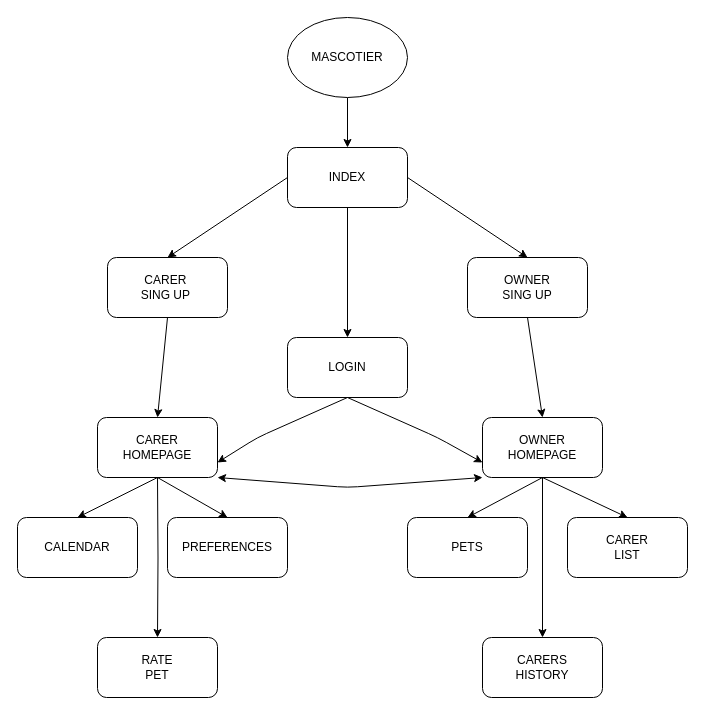
The draw.io diagram Docs/SiteMap/SiteMap.drawio in iagogonzalezborines/MascoTier_Project, before the edit. Source tidied: cells renumbered, new cells numbered last; positions are measured from the earlier drawing's top-left corner, leaving out a move shared by most shapes. Both pictures are drawn from the tidied source at 100%, with x=0, y=0 at pixel (17, 17).
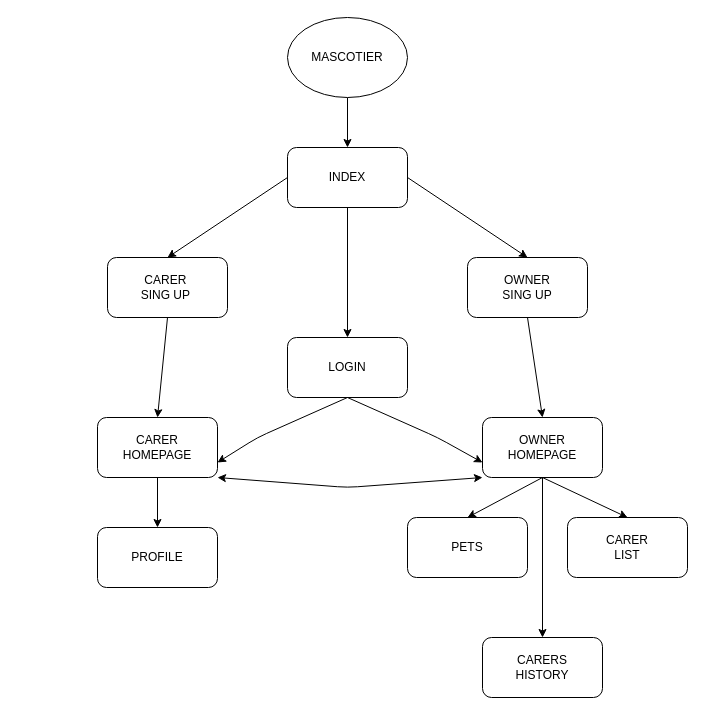
The same diagram, later.

Unchanged cells that the change refers to:
```xml
<mxCell id="19" value="CARER&lt;br&gt;HOMEPAGE" style="rounded=1;whiteSpace=wrap;html=1;" parent="1" vertex="1">
  <mxGeometry x="80" y="400" width="120" height="60" as="geometry" />
</mxCell>
```

What changed in the source:
```diff
@@
-    <mxCell id="18" style="edgeStyle=none;html=1;exitX=0.5;exitY=1;exitDx=0;exitDy=0;entryX=0.5;entryY=0;entryDx=0;entryDy=0;startArrow=none;startFill=0;" parent="1" edge="1" source="19" target="25">
-      <mxGeometry relative="1" as="geometry" />
-    </mxCell>
@@
-    <mxCell id="25" value="CALENDAR" style="rounded=1;whiteSpace=wrap;html=1;" parent="1" vertex="1">
-      <mxGeometry y="500" width="120" height="60" as="geometry" />
-    </mxCell>
-    <mxCell id="26" value="PREFERENCES" style="rounded=1;whiteSpace=wrap;html=1;" parent="1" vertex="1">
-      <mxGeometry x="150" y="500" width="120" height="60" as="geometry" />
+    <mxCell id="26" value="PROFILE" style="rounded=1;whiteSpace=wrap;html=1;" parent="1" vertex="1">
+      <mxGeometry x="80" y="510" width="120" height="60" as="geometry" />
     </mxCell>
@@
-    <mxCell id="28" style="edgeStyle=orthogonalEdgeStyle;rounded=0;jettySize=auto;html=1;" parent="1" edge="1" target="29">
-      <mxGeometry relative="1" as="geometry">
-        <mxPoint x="140" y="460" as="sourcePoint" />
-      </mxGeometry>
-    </mxCell>
-    <mxCell id="29" value="RATE&lt;br&gt;PET" style="rounded=1;whiteSpace=wrap;html=1;" parent="1" vertex="1">
-      <mxGeometry x="80" y="620" width="120" height="60" as="geometry" />
-    </mxCell>
```
